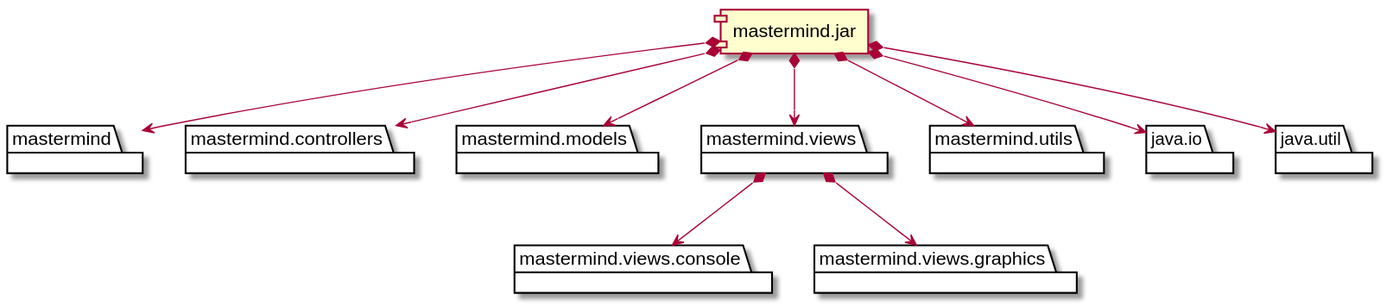
Earlier version of the PlantUML export docs/build/docs/asciidoc/images/diagramaImplementacion.svg (amartinm82/mastermind).
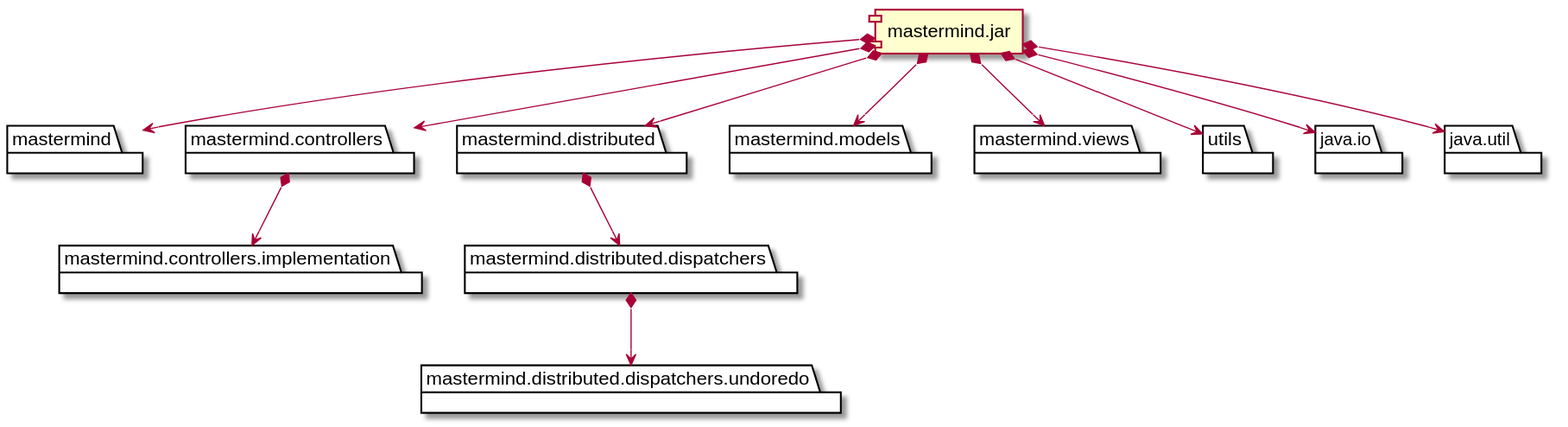
After the commit.

What changed in the source:
```diff
@@ -4,15 +4,19 @@
 }
 package "  "  as mastermind.controllers {
 }
+package "  "  as mastermind.controllers.implementation {
+}
+package "  "  as mastermind.distributed {
+}
+package "  "  as mastermind.distributed.dispatchers {
+}
+package "  "  as mastermind.distributed.dispatchers.undoredo {
+}
 package "  "  as mastermind.models {
 }
 package "  "  as mastermind.views {
 }
-package "  "  as mastermind.views.console {
-}
-package "  "  as mastermind.views.graphics {
-}
-package "  "  as mastermind.utils {
+package "  "  as utils {
 }
 package "  "  as java.io {
 }
@@ -23,11 +27,13 @@
 
 jar *--> mastermind
 jar *--> mastermind.controllers
+jar *--> mastermind.distributed
 jar *--> mastermind.models
 jar *--> mastermind.views
-mastermind.views *--> mastermind.views.console
-mastermind.views *--> mastermind.views.graphics
-jar *--> mastermind.utils
+mastermind.controllers *--> mastermind.controllers.implementation
+mastermind.distributed *--> mastermind.distributed.dispatchers
+mastermind.distributed.dispatchers *--> mastermind.distributed.dispatchers.undoredo
+jar *--> utils
 jar *--> java.io
 jar *--> java.util
 @enduml
```
